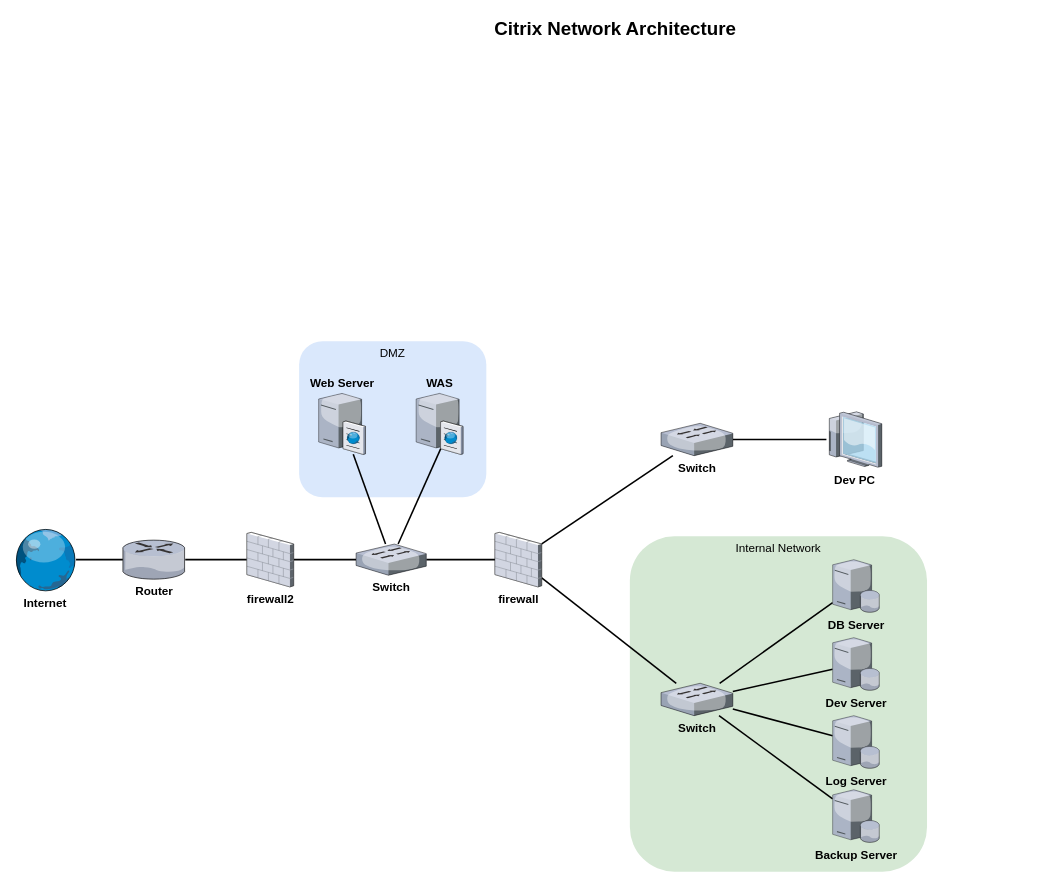
LILILI11/Diagram keeps this draw.io diagram as 제목 없는 다이어그램.drawio. Above is the earlier version. Source tidied: cells renumbered, new cells numbered last; positions are measured from the earlier drawing's top-left corner, leaving out a move shared by most shapes. Both pictures are drawn from the tidied source at 78%, with x=0, y=0 at pixel (13, 13).
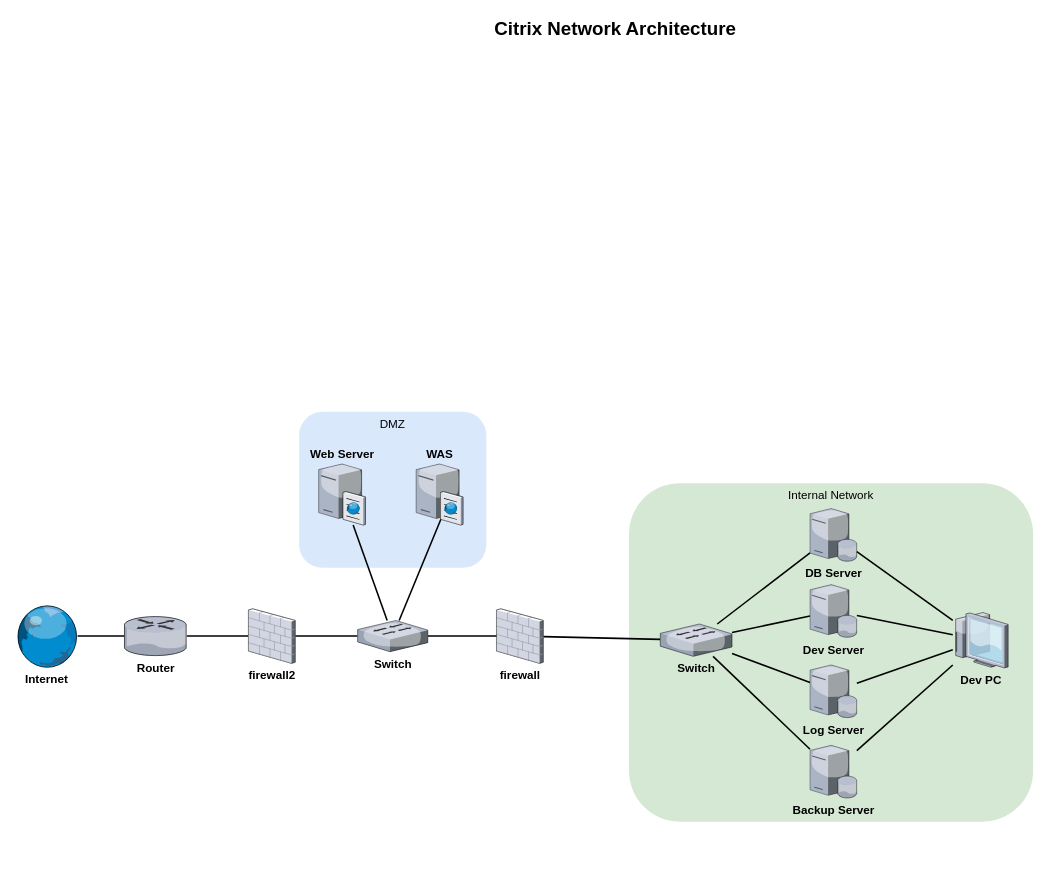
After the change.

Commit message:
k-shield 모름.drawio 업데이트

Diff of the diagram source:
```diff
@@
     <mxCell id="2" value="DMZ" style="whiteSpace=wrap;html=1;fillColor=#dae8fc;strokeColor=none;labelPosition=center;verticalLabelPosition=middle;align=center;verticalAlign=top;rounded=1;fontSize=15;fontStyle=0;" parent="1" vertex="1">
-      <mxGeometry x="366" y="420" width="240" height="200" as="geometry" />
+      <mxGeometry x="366" y="510.5" width="240" height="200" as="geometry" />
     </mxCell>
     <mxCell id="3" value="Internal Network" style="whiteSpace=wrap;html=1;fillColor=#d5e8d4;fontSize=15;strokeColor=none;verticalAlign=top;rounded=1;" parent="1" vertex="1">
-      <mxGeometry x="790" y="670" width="381" height="430" as="geometry" />
+      <mxGeometry x="789" y="602" width="518" height="434" as="geometry" />
     </mxCell>
     <mxCell id="4" value="Web Server" style="verticalLabelPosition=top;html=1;verticalAlign=bottom;strokeColor=none;shape=mxgraph.citrix.cache_server;fillColor=#66B2FF;gradientColor=#0066CC;fontSize=15;labelPosition=center;align=center;fontStyle=1;" parent="1" vertex="1">
-      <mxGeometry x="391" y="485" width="60" height="80" as="geometry" />
+      <mxGeometry x="391" y="575.5" width="60" height="80" as="geometry" />
     </mxCell>
@@
     <mxCell id="7" value="&lt;font style=&quot;font-size: 15px;&quot;&gt;Internet&lt;/font&gt;" style="verticalLabelPosition=bottom;sketch=0;html=1;verticalAlign=top;strokeColor=none;align=center;outlineConnect=0;shape=mxgraph.citrix.globe;labelPosition=center;fontStyle=1;fontSize=15;" parent="1" vertex="1">
-      <mxGeometry y="660" width="80" height="80" as="geometry" />
+      <mxGeometry x="2" y="758" width="80" height="80" as="geometry" />
     </mxCell>
-    <mxCell id="8" style="edgeStyle=none;curved=1;rounded=0;jettySize=auto;html=1;fontSize=12;startSize=8;endSize=8;strokeWidth=2;endArrow=none;endFill=0;" parent="1" edge="1" source="10" target="30">
-      <mxGeometry relative="1" as="geometry" />
-    </mxCell>
@@
     <mxCell id="10" value="&lt;font style=&quot;font-size: 15px;&quot;&gt;&lt;span style=&quot;font-size: 15px;&quot;&gt;firewall&lt;/span&gt;&lt;/font&gt;" style="verticalLabelPosition=bottom;sketch=0;html=1;verticalAlign=top;strokeColor=none;align=center;outlineConnect=0;shape=mxgraph.citrix.firewall;labelPosition=center;fontStyle=1;fontSize=15;" parent="1" vertex="1">
-      <mxGeometry x="617" y="665" width="60" height="70" as="geometry" />
+      <mxGeometry x="619" y="763" width="60" height="70" as="geometry" />
     </mxCell>
@@
     <mxCell id="12" value="&lt;font style=&quot;font-size: 15px;&quot;&gt;DB Server&lt;/font&gt;" style="verticalLabelPosition=bottom;sketch=0;html=1;verticalAlign=top;strokeColor=none;align=center;outlineConnect=0;shape=mxgraph.citrix.database_server;fontSize=15;fontStyle=1;" parent="1" vertex="1">
-      <mxGeometry x="1050" y="700" width="60" height="67.5" as="geometry" />
+      <mxGeometry x="1021" y="634.5" width="60" height="67.5" as="geometry" />
     </mxCell>
@@
     <mxCell id="14" value="&lt;font style=&quot;font-size: 15px;&quot;&gt;Dev Server&lt;/font&gt;" style="verticalLabelPosition=bottom;sketch=0;html=1;verticalAlign=top;strokeColor=none;align=center;outlineConnect=0;shape=mxgraph.citrix.database_server;fontSize=15;fontStyle=1;" parent="1" vertex="1">
-      <mxGeometry x="1050" y="800" width="60" height="67.5" as="geometry" />
+      <mxGeometry x="1021" y="732" width="60" height="67.5" as="geometry" />
     </mxCell>
@@
     <mxCell id="16" value="&lt;font style=&quot;font-size: 15px;&quot;&gt;Backup Server&lt;/font&gt;" style="verticalLabelPosition=bottom;sketch=0;html=1;verticalAlign=top;strokeColor=none;align=center;outlineConnect=0;shape=mxgraph.citrix.database_server;fontSize=15;fontStyle=1;" parent="1" vertex="1">
-      <mxGeometry x="1050" y="995" width="60" height="67.5" as="geometry" />
+      <mxGeometry x="1021" y="938" width="60" height="67.5" as="geometry" />
     </mxCell>
@@
     <mxCell id="18" value="&lt;font style=&quot;font-size: 15px;&quot;&gt;Log Server&lt;/font&gt;" style="verticalLabelPosition=bottom;sketch=0;html=1;verticalAlign=top;strokeColor=none;align=center;outlineConnect=0;shape=mxgraph.citrix.database_server;fontSize=15;fontStyle=1;" parent="1" vertex="1">
-      <mxGeometry x="1050" y="900" width="60" height="67.5" as="geometry" />
+      <mxGeometry x="1021" y="835" width="60" height="67.5" as="geometry" />
     </mxCell>
@@
     <mxCell id="20" value="Router" style="verticalLabelPosition=bottom;html=1;verticalAlign=top;strokeColor=none;shape=mxgraph.citrix.router;fillColor=#66B2FF;gradientColor=#0066CC;fontSize=15;labelPosition=center;align=center;fontStyle=1;" parent="1" vertex="1">
-      <mxGeometry x="140" y="675" width="80" height="50" as="geometry" />
+      <mxGeometry x="142" y="773" width="80" height="50" as="geometry" />
     </mxCell>
@@
     <mxCell id="22" value="&lt;font style=&quot;font-size: 15px;&quot;&gt;&lt;span style=&quot;font-size: 15px;&quot;&gt;firewall2&lt;/span&gt;&lt;/font&gt;" style="verticalLabelPosition=bottom;sketch=0;html=1;verticalAlign=top;strokeColor=none;align=center;outlineConnect=0;shape=mxgraph.citrix.firewall;labelPosition=center;fontStyle=1;fontSize=15;" parent="1" vertex="1">
-      <mxGeometry x="299" y="665" width="60" height="70" as="geometry" />
+      <mxGeometry x="301" y="763" width="60" height="70" as="geometry" />
     </mxCell>
@@
     <mxCell id="26" value="Switch" style="verticalLabelPosition=bottom;sketch=0;html=1;verticalAlign=top;strokeColor=none;align=center;outlineConnect=0;shape=mxgraph.citrix.switch;fontSize=15;fontStyle=1;" parent="1" vertex="1">
-      <mxGeometry x="439" y="680" width="90" height="40" as="geometry" />
+      <mxGeometry x="441" y="778" width="90" height="40" as="geometry" />
     </mxCell>
     <mxCell id="27" value="WAS" style="verticalLabelPosition=top;html=1;verticalAlign=bottom;strokeColor=none;shape=mxgraph.citrix.cache_server;fillColor=#66B2FF;gradientColor=#0066CC;fontSize=15;labelPosition=center;align=center;fontStyle=1;" parent="1" vertex="1">
-      <mxGeometry x="516" y="485" width="60" height="80" as="geometry" />
+      <mxGeometry x="516" y="575.5" width="60" height="80" as="geometry" />
     </mxCell>
-    <mxCell id="28" style="edgeStyle=none;curved=1;rounded=0;jettySize=auto;html=1;fontSize=12;startSize=8;endSize=8;strokeWidth=2;endArrow=none;endFill=0;" parent="1" edge="1" source="29" target="30">
-      <mxGeometry relative="1" as="geometry" />
-    </mxCell>
+    <mxCell id="32" style="edgeStyle=none;curved=1;rounded=0;jettySize=auto;html=1;fontSize=12;startSize=8;endSize=8;strokeWidth=2;endArrow=none;endFill=0;" parent="1" edge="1" source="29" target="12">
+      <mxGeometry relative="1" as="geometry" />
+    </mxCell>
+    <mxCell id="33" style="edgeStyle=none;curved=1;rounded=0;jettySize=auto;html=1;fontSize=12;startSize=8;endSize=8;endArrow=none;endFill=0;strokeWidth=2;" parent="1" edge="1" source="29" target="14">
+      <mxGeometry relative="1" as="geometry" />
+    </mxCell>
+    <mxCell id="34" style="edgeStyle=none;curved=1;rounded=0;jettySize=auto;html=1;fontSize=12;startSize=8;endSize=8;strokeWidth=2;endArrow=none;endFill=0;" parent="1" edge="1" source="29" target="18">
+      <mxGeometry relative="1" as="geometry" />
+    </mxCell>
+    <mxCell id="35" style="edgeStyle=none;curved=1;rounded=0;jettySize=auto;html=1;fontSize=12;startSize=8;endSize=8;strokeWidth=2;endArrow=none;endFill=0;" parent="1" edge="1" source="29" target="16">
+      <mxGeometry relative="1" as="geometry" />
+    </mxCell>
     <mxCell id="29" value="Dev PC" style="verticalLabelPosition=bottom;sketch=0;html=1;verticalAlign=top;strokeColor=none;align=center;outlineConnect=0;shape=mxgraph.citrix.thin_client;fontSize=15;fontStyle=1;" parent="1" vertex="1">
-      <mxGeometry x="1042" y="510.5" width="71" height="71" as="geometry" />
+      <mxGeometry x="1204" y="767.8" width="71" height="71" as="geometry" />
     </mxCell>
-    <mxCell id="30" value="Switch" style="verticalLabelPosition=bottom;sketch=0;html=1;verticalAlign=top;strokeColor=none;align=center;outlineConnect=0;shape=mxgraph.citrix.switch;fontSize=15;fontStyle=1;" parent="1" vertex="1">
-      <mxGeometry x="830" y="525.2" width="92" height="41.5" as="geometry" />
-    </mxCell>
     <mxCell id="31" value="Switch" style="verticalLabelPosition=bottom;sketch=0;html=1;verticalAlign=top;strokeColor=none;align=center;outlineConnect=0;shape=mxgraph.citrix.switch;fontSize=15;fontStyle=1;" parent="1" vertex="1">
-      <mxGeometry x="830" y="858.5" width="92" height="41.5" as="geometry" />
+      <mxGeometry x="829" y="782.5" width="92" height="41.5" as="geometry" />
     </mxCell>
```
